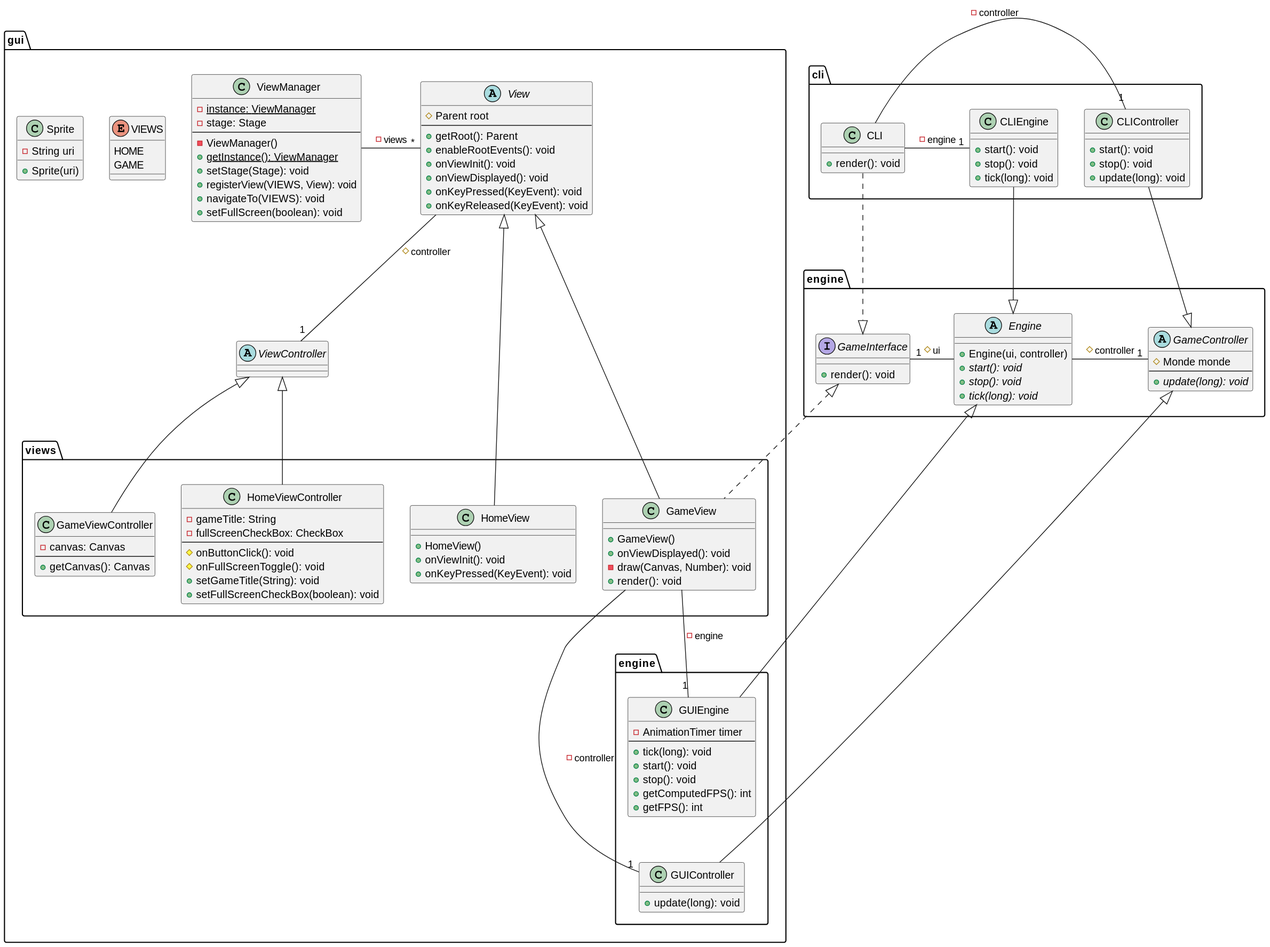
Before: docs/uml/class-gui.svg, a diagram exported from PlantUML (victord54/escape). Its diagram source:
```plantuml
@startuml
package engine {
    abstract class GameController {
        # Monde monde
        --
        + {abstract} update(long): void
    }

    abstract class Engine {
        + Engine(ui, controller)
        + {abstract} start(): void
        + {abstract} stop(): void
        + {abstract} tick(long): void
    }

    interface GameInterface {
        + render(): void
    }
}

package cli {
    class CLIController {
        + start(): void
        + stop(): void
        + update(long): void
    }

    class CLIEngine {
        + start(): void
        + stop(): void
        + tick(long): void
    }

    class CLI {
        + render(): void
    }
}

package gui {
    abstract class View {
        # Parent root
        --
        + getRoot(): Parent
        + enableRootEvents(): void
        + onViewInit(): void
        + onViewDisplayed(): void
        + onKeyPressed(KeyEvent): void
        + onKeyReleased(KeyEvent): void
    }

    abstract class ViewController {}

    enum VIEWS {
        HOME
        GAME
    }

    class ViewManager {
        - {static} instance: ViewManager
        - stage: Stage
        --
        - ViewManager()
        + {static} getInstance(): ViewManager
        + setStage(Stage): void
        + registerView(VIEWS, View): void
        + navigateTo(VIEWS): void
        + setFullScreen(boolean): void
    }

    package views {
        class HomeViewController {
            - gameTitle: String
            - fullScreenCheckBox: CheckBox
            --
            # onButtonClick(): void
            # onFullScreenToggle(): void
            + setGameTitle(String): void
            + setFullScreenCheckBox(boolean): void
        }

        class GameViewController {
            - canvas: Canvas
            --
            + getCanvas(): Canvas
        }

        class HomeView {
            + HomeView()
            + onViewInit(): void
            + onKeyPressed(KeyEvent): void
        }

        class GameView {
            + GameView()
            + onViewDisplayed(): void
            - draw(Canvas, Number): void
            + render(): void
        }
    }

    class Sprite {
        - String uri
        + Sprite(uri)
    }

    package engine {
        class GUIController {
            + update(long): void
        }

        class GUIEngine {
            - AnimationTimer timer
            --
            + tick(long): void
            + start(): void
            + stop(): void
            + getComputedFPS(): int
            + getFPS(): int
        }
    }
}

Engine -left-"1" GameInterface : # ui
Engine -right-"1" GameController : # controller

CLIController -down-|> GameController
CLIEngine -down-|> Engine
CLI .down.|> GameInterface
CLI -right-"1" CLIController : - controller
CLI -right-"1" CLIEngine : - engine

GUIController -up-|> GameController
GUIEngine -up-|> Engine
GameView .up.|> GameInterface
GameView --"1" GUIController : - controller
GameView --"1" GUIEngine : - engine
GUIEngine -down[hidden]- GUIController

View --"1" ViewController : # controller
ViewManager -"*" View : - views

HomeViewController -up-|> ViewController
HomeView -up-|> View
GameViewController -up-|> ViewController
GameView -up-|> View
@enduml
```
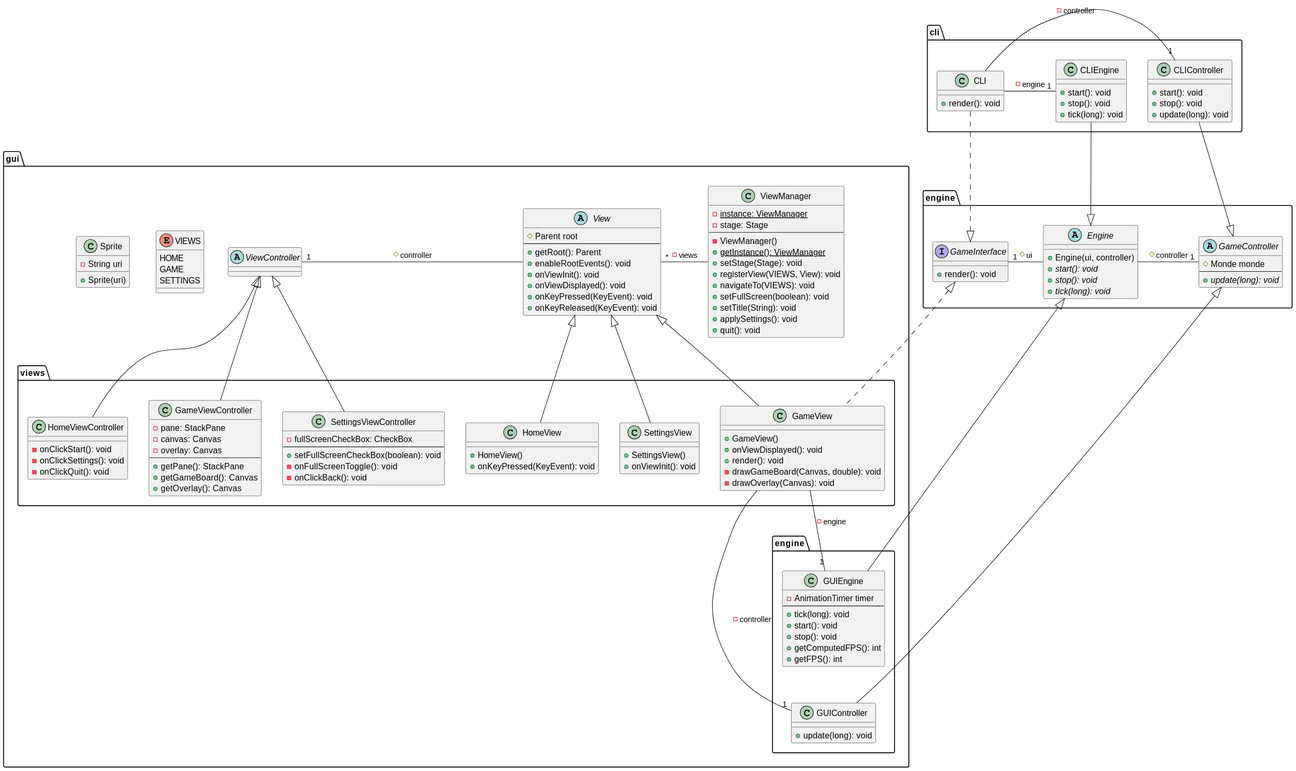
The same file after the commit.

What changed in the source:
```diff
@@ -53,6 +53,7 @@
     enum VIEWS {
         HOME
         GAME
+        SETTINGS
     }
 
     class ViewManager {
@@ -65,36 +66,52 @@
         + registerView(VIEWS, View): void
         + navigateTo(VIEWS): void
         + setFullScreen(boolean): void
+        + setTitle(String): void
+        + applySettings(): void
+        + quit(): void
     }
 
     package views {
         class HomeViewController {
-            - gameTitle: String
-            - fullScreenCheckBox: CheckBox
-            --
-            # onButtonClick(): void
-            # onFullScreenToggle(): void
-            + setGameTitle(String): void
-            + setFullScreenCheckBox(boolean): void
+            - onClickStart(): void
+            - onClickSettings(): void
+            - onClickQuit(): void
         }
 
         class GameViewController {
+            - pane: StackPane
             - canvas: Canvas
+            - overlay: Canvas
             --
-            + getCanvas(): Canvas
+            + getPane(): StackPane
+            + getGameBoard(): Canvas
+            + getOverlay(): Canvas
+        }
+
+        class SettingsViewController {
+            - fullScreenCheckBox: CheckBox
+            --
+            + setFullScreenCheckBox(boolean): void
+            - onFullScreenToggle(): void
+            - onClickBack(): void
         }
 
         class HomeView {
             + HomeView()
-            + onViewInit(): void
             + onKeyPressed(KeyEvent): void
         }
 
         class GameView {
             + GameView()
             + onViewDisplayed(): void
-            - draw(Canvas, Number): void
             + render(): void
+            - drawGameBoard(Canvas, double): void
+            - drawOverlay(Canvas): void
+        }
+
+        class SettingsView {
+            + SettingsView()
+            + onViewInit(): void
         }
     }
 
@@ -136,11 +153,13 @@
 GameView --"1" GUIEngine : - engine
 GUIEngine -down[hidden]- GUIController
 
-View --"1" ViewController : # controller
-ViewManager -"*" View : - views
+View -left-"1" ViewController : # controller
+ViewManager -left-"*" View : - views
 
 HomeViewController -up-|> ViewController
 HomeView -up-|> View
 GameViewController -up-|> ViewController
 GameView -up-|> View
+SettingsViewController -up-|> ViewController
+SettingsView -up-|> View
 @enduml
```
